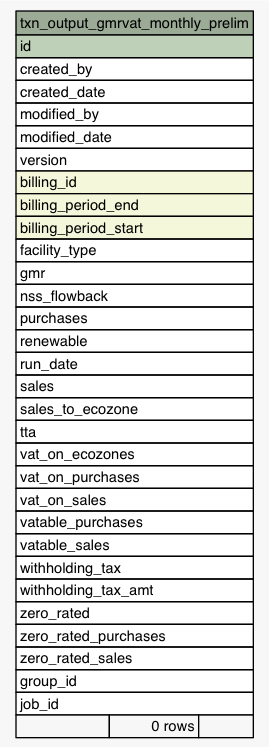
Earlier version of the Graphviz export Data/settlement/diagrams/summary/txn_output_gmrvat_monthly_prelim.1degree.png (eyana-m/python-data-dictionary-writer). Its source is kept beside it as Data/settlement/diagrams/summary/txn_output_gmrvat_monthly_prelim.1degree.dot.
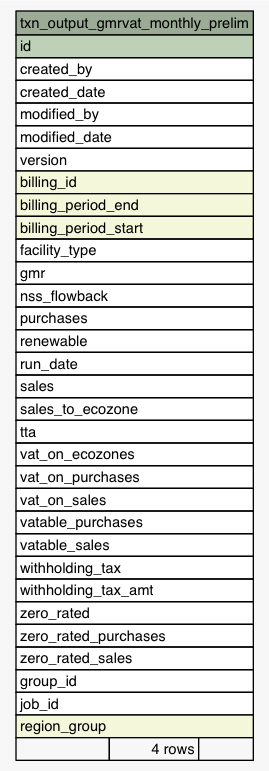
The same file after the commit.

What changed in the source:
```diff
@@ -49,7 +49,8 @@
       <TR><TD PORT="zero_rated_sales" COLSPAN="3" ALIGN="LEFT">zero_rated_sales</TD></TR>
       <TR><TD PORT="group_id" COLSPAN="3" ALIGN="LEFT">group_id</TD></TR>
       <TR><TD PORT="job_id" COLSPAN="3" ALIGN="LEFT">job_id</TD></TR>
-      <TR><TD ALIGN="LEFT" BGCOLOR="#f7f7f7">  </TD><TD ALIGN="RIGHT" BGCOLOR="#f7f7f7">0 rows</TD><TD ALIGN="RIGHT" BGCOLOR="#f7f7f7">  </TD></TR>
+      <TR><TD PORT="region_group" COLSPAN="3" BGCOLOR="#f4f7da" ALIGN="LEFT">region_group</TD></TR>
+      <TR><TD ALIGN="LEFT" BGCOLOR="#f7f7f7">  </TD><TD ALIGN="RIGHT" BGCOLOR="#f7f7f7">4 rows</TD><TD ALIGN="RIGHT" BGCOLOR="#f7f7f7">  </TD></TR>
     </TABLE>>
     URL="tables/txn_output_gmrvat_monthly_prelim.html"
     tooltip="txn_output_gmrvat_monthly_prelim"
```
